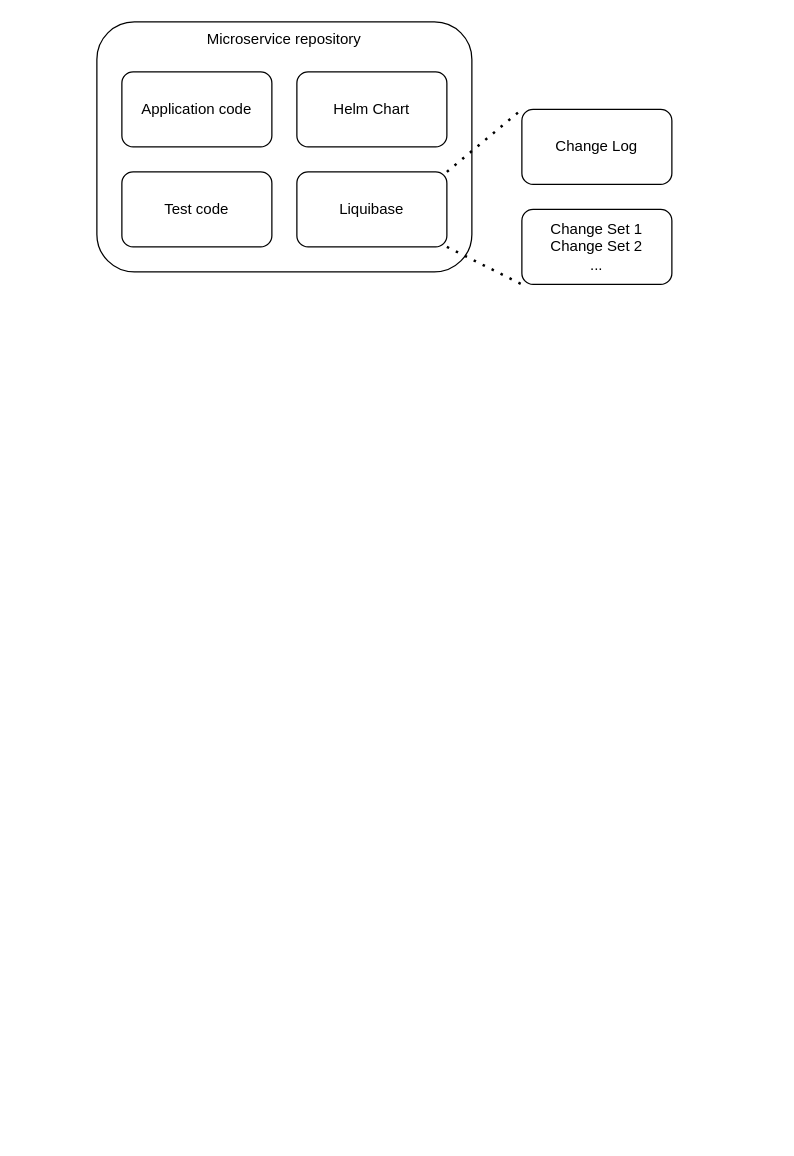
This is liquibase.drawio from johnwatson484/diagrams, a draw.io file, before an edit. Source tidied: cells renumbered, new cells numbered last; positions are measured from the earlier drawing's top-left corner, leaving out a move shared by most shapes. Both pictures are drawn from the tidied source at 125%, with x=0, y=0 at pixel (96, 21).
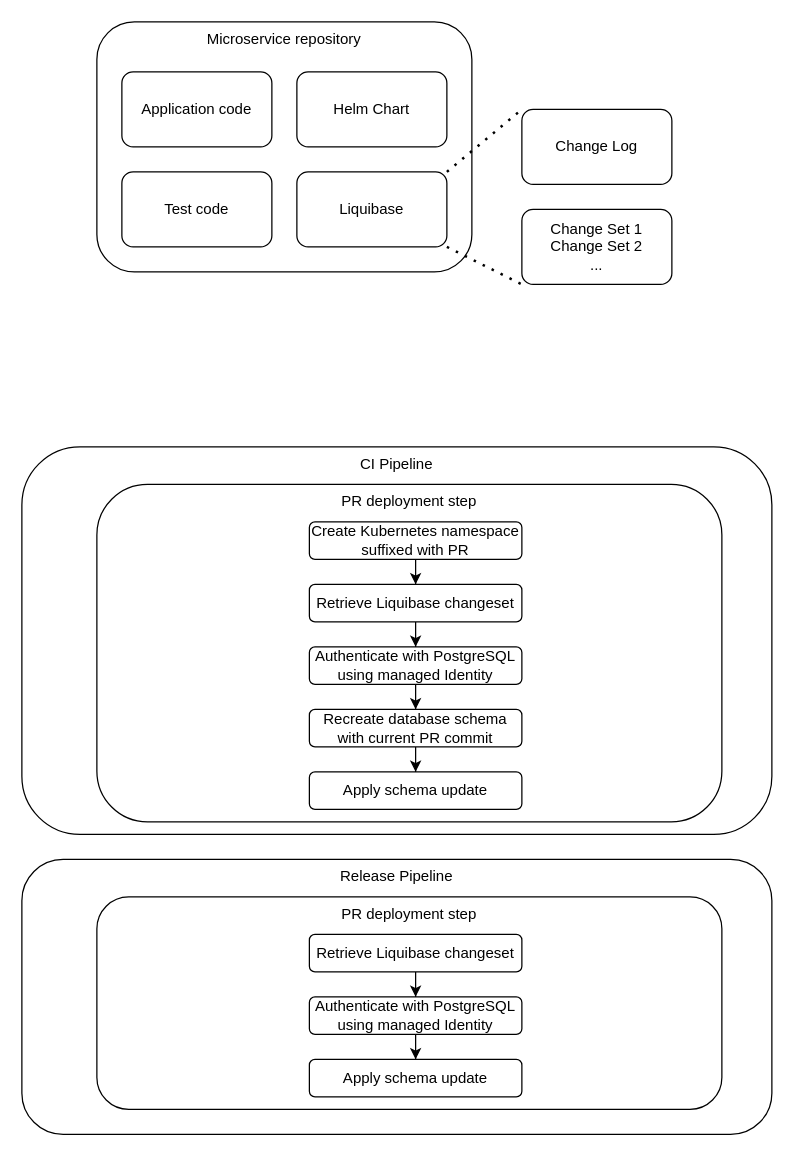
The same page after the edit.

Diff of the diagram source:
```diff
@@
+    <mxCell id="11" value="CI Pipeline" style="rounded=1;whiteSpace=wrap;html=1;verticalAlign=top;" parent="1" vertex="1">
+      <mxGeometry x="-60" y="340" width="600" height="310" as="geometry" />
+    </mxCell>
+    <mxCell id="12" value="PR deployment step" style="rounded=1;whiteSpace=wrap;html=1;verticalAlign=top;" parent="1" vertex="1">
+      <mxGeometry y="370" width="500" height="270" as="geometry" />
+    </mxCell>
+    <mxCell id="13" style="edgeStyle=orthogonalEdgeStyle;rounded=0;jettySize=auto;html=1;" parent="1" edge="1" source="14" target="16">
+      <mxGeometry relative="1" as="geometry" />
+    </mxCell>
+    <mxCell id="14" value="Create Kubernetes namespace suffixed with PR" style="rounded=1;whiteSpace=wrap;html=1;" parent="1" vertex="1">
+      <mxGeometry x="170" y="400" width="170" height="30" as="geometry" />
+    </mxCell>
+    <mxCell id="15" style="edgeStyle=orthogonalEdgeStyle;rounded=0;jettySize=auto;html=1;" parent="1" edge="1" source="16" target="18">
+      <mxGeometry relative="1" as="geometry" />
+    </mxCell>
+    <mxCell id="16" value="Retrieve Liquibase changeset" style="rounded=1;whiteSpace=wrap;html=1;" parent="1" vertex="1">
+      <mxGeometry x="170" y="450" width="170" height="30" as="geometry" />
+    </mxCell>
+    <mxCell id="17" style="edgeStyle=orthogonalEdgeStyle;rounded=0;jettySize=auto;html=1;" parent="1" edge="1" source="18" target="20">
+      <mxGeometry relative="1" as="geometry" />
+    </mxCell>
+    <mxCell id="18" value="Authenticate with PostgreSQL using managed Identity" style="rounded=1;whiteSpace=wrap;html=1;" parent="1" vertex="1">
+      <mxGeometry x="170" y="500" width="170" height="30" as="geometry" />
+    </mxCell>
+    <mxCell id="19" style="edgeStyle=orthogonalEdgeStyle;rounded=0;jettySize=auto;html=1;" parent="1" edge="1" source="20" target="21">
+      <mxGeometry relative="1" as="geometry" />
+    </mxCell>
+    <mxCell id="20" value="Recreate database schema with current PR commit" style="rounded=1;whiteSpace=wrap;html=1;" parent="1" vertex="1">
+      <mxGeometry x="170" y="550" width="170" height="30" as="geometry" />
+    </mxCell>
+    <mxCell id="21" value="Apply schema update" style="rounded=1;whiteSpace=wrap;html=1;" parent="1" vertex="1">
+      <mxGeometry x="170" y="600" width="170" height="30" as="geometry" />
+    </mxCell>
+    <mxCell id="22" value="Release Pipeline" style="rounded=1;whiteSpace=wrap;html=1;verticalAlign=top;" parent="1" vertex="1">
+      <mxGeometry x="-60" y="670" width="600" height="220" as="geometry" />
+    </mxCell>
+    <mxCell id="23" value="PR deployment step" style="rounded=1;whiteSpace=wrap;html=1;verticalAlign=top;" parent="1" vertex="1">
+      <mxGeometry y="700" width="500" height="170" as="geometry" />
+    </mxCell>
+    <mxCell id="24" style="edgeStyle=orthogonalEdgeStyle;rounded=0;jettySize=auto;html=1;" parent="1" edge="1" source="25" target="26">
+      <mxGeometry relative="1" as="geometry" />
+    </mxCell>
+    <mxCell id="25" value="Retrieve Liquibase changeset" style="rounded=1;whiteSpace=wrap;html=1;" parent="1" vertex="1">
+      <mxGeometry x="170" y="730" width="170" height="30" as="geometry" />
+    </mxCell>
+    <mxCell id="26" value="Authenticate with PostgreSQL using managed Identity" style="rounded=1;whiteSpace=wrap;html=1;" parent="1" vertex="1">
+      <mxGeometry x="170" y="780" width="170" height="30" as="geometry" />
+    </mxCell>
+    <mxCell id="27" style="edgeStyle=orthogonalEdgeStyle;rounded=0;jettySize=auto;html=1;exitX=0.5;exitY=1;exitDx=0;exitDy=0;" parent="1" edge="1" source="26" target="28">
+      <mxGeometry relative="1" as="geometry" />
+    </mxCell>
+    <mxCell id="28" value="Apply schema update" style="rounded=1;whiteSpace=wrap;html=1;" parent="1" vertex="1">
+      <mxGeometry x="170" y="830" width="170" height="30" as="geometry" />
+    </mxCell>
```
